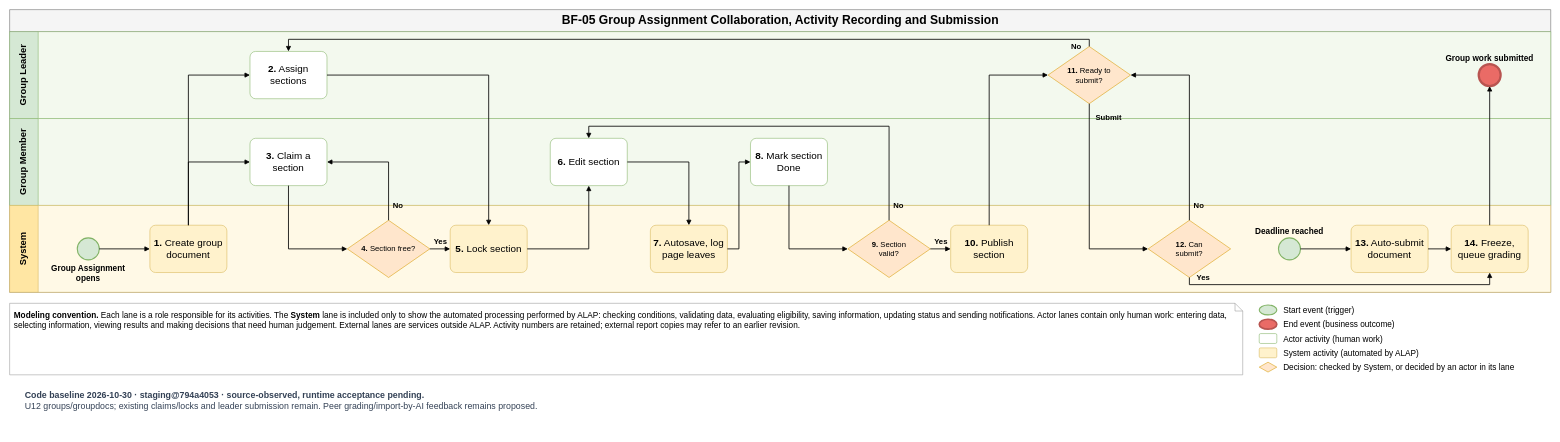
The draw.io diagram aidlc-docs/inception/main-business-flows/BF-05-Group-Assignment-Collaboration-and-Submission.drawio in hygef-v4/AI-Powered-Learning-Platform, before the edit. Source tidied: cells renumbered, new cells numbered last; positions are measured from the earlier drawing's top-left corner, leaving out a move shared by most shapes. Both pictures are drawn from the tidied source at 55%, with x=0, y=0 at pixel (9, 9).
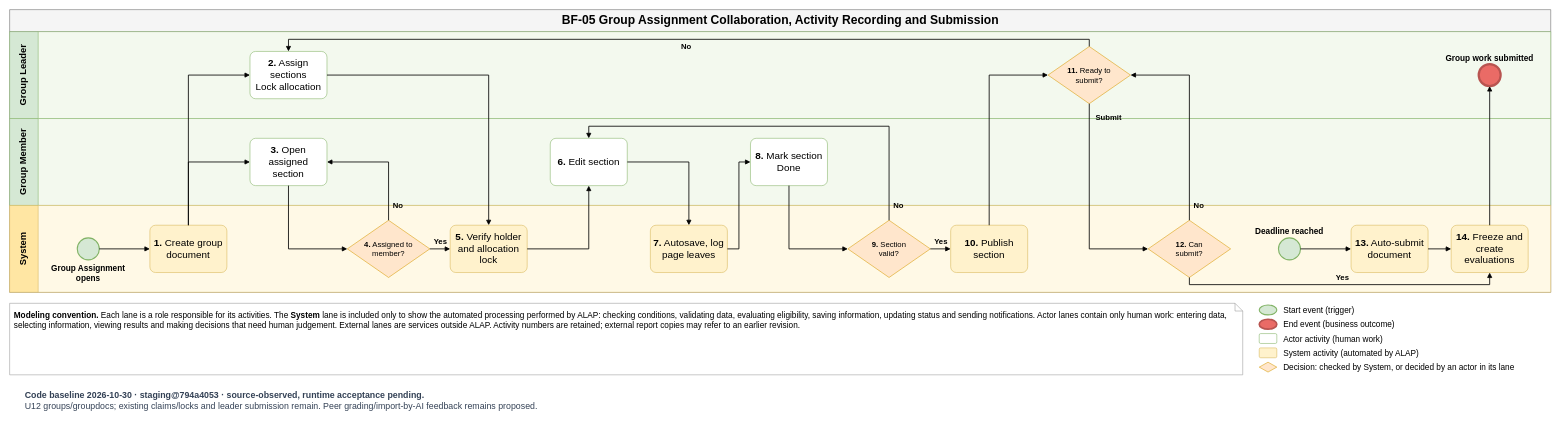
After the change.

Unchanged cells that the change refers to:
```xml
<mxCell id="3" value="Group Leader" style="swimlane;startSize=52;horizontal=0;html=1;whiteSpace=wrap;fillColor=#D5E8D4;swimlaneFillColor=#F3F9EE;strokeColor=#82B366;fontSize=17;fontStyle=1;align=center;verticalAlign=middle;spacing=4;" parent="2" vertex="1">
  <mxGeometry y="40" width="2802" height="158" as="geometry" />
</mxCell>
<mxCell id="4" value="Group Member" style="swimlane;startSize=52;horizontal=0;html=1;whiteSpace=wrap;fillColor=#D5E8D4;swimlaneFillColor=#F3F9EE;strokeColor=#82B366;fontSize=17;fontStyle=1;align=center;verticalAlign=middle;spacing=4;" parent="2" vertex="1">
  <mxGeometry y="198" width="2802" height="158" as="geometry" />
</mxCell>
<mxCell id="5" value="System" style="swimlane;startSize=52;horizontal=0;html=1;whiteSpace=wrap;fillColor=#FFE6A3;swimlaneFillColor=#FFF9E6;strokeColor=#D6B656;fontSize=17;fontStyle=1;align=center;verticalAlign=middle;spacing=4;" parent="2" vertex="1">
  <mxGeometry y="356" width="2802" height="158" as="geometry" />
</mxCell>
<mxCell id="17" value="&lt;b&gt;11.&lt;/b&gt; Ready to submit?" style="rhombus;whiteSpace=wrap;html=1;fillColor=#FFE6CC;strokeColor=#D79B00;fontSize=14;spacing=0;spacingLeft=26;spacingRight=26;" parent="3" vertex="1">
  <mxGeometry x="1888" y="27" width="150" height="104" as="geometry" />
</mxCell>
<mxCell id="18" value="&lt;b&gt;12.&lt;/b&gt; Can submit?" style="rhombus;whiteSpace=wrap;html=1;fillColor=#FFE6CC;strokeColor=#D79B00;fontSize=14;spacing=0;spacingLeft=26;spacingRight=26;" parent="5" vertex="1">
  <mxGeometry x="2070" y="27" width="150" height="104" as="geometry" />
</mxCell>
```

Diff of the diagram source:
```diff
@@
-    <mxCell id="8" value="&lt;b&gt;2.&lt;/b&gt; Assign sections" style="rounded=1;whiteSpace=wrap;html=1;fillColor=#FFFFFF;strokeColor=#82B366;fontSize=18;spacing=4;arcSize=12;" parent="3" vertex="1">
+    <mxCell id="8" value="&lt;b&gt;2.&lt;/b&gt; Assign sections&lt;br&gt;Lock allocation" style="rounded=1;whiteSpace=wrap;html=1;fillColor=#FFFFFF;strokeColor=#82B366;fontSize=18;spacing=4;arcSize=12;" parent="3" vertex="1">
       <mxGeometry x="437" y="36" width="140" height="86" as="geometry" />
     </mxCell>
-    <mxCell id="9" value="&lt;b&gt;3.&lt;/b&gt; Claim a section" style="rounded=1;whiteSpace=wrap;html=1;fillColor=#FFFFFF;strokeColor=#82B366;fontSize=18;spacing=4;arcSize=12;" parent="4" vertex="1">
+    <mxCell id="9" value="&lt;b&gt;3.&lt;/b&gt; Open assigned section" style="rounded=1;whiteSpace=wrap;html=1;fillColor=#FFFFFF;strokeColor=#82B366;fontSize=18;spacing=4;arcSize=12;" parent="4" vertex="1">
       <mxGeometry x="437" y="36" width="140" height="86" as="geometry" />
     </mxCell>
-    <mxCell id="10" value="&lt;b&gt;4.&lt;/b&gt; Section free?" style="rhombus;whiteSpace=wrap;html=1;fillColor=#FFE6CC;strokeColor=#D79B00;fontSize=14;spacing=0;spacingLeft=26;spacingRight=26;" parent="5" vertex="1">
+    <mxCell id="10" value="&lt;b&gt;4.&lt;/b&gt; Assigned to member?" style="rhombus;whiteSpace=wrap;html=1;fillColor=#FFE6CC;strokeColor=#D79B00;fontSize=14;spacing=0;spacingLeft=26;spacingRight=26;" parent="5" vertex="1">
       <mxGeometry x="614" y="27" width="150" height="104" as="geometry" />
     </mxCell>
-    <mxCell id="11" value="&lt;b&gt;5.&lt;/b&gt; Lock section" style="rounded=1;whiteSpace=wrap;html=1;fillColor=#FFF2CC;strokeColor=#D6B656;fontSize=18;spacing=4;arcSize=12;" parent="5" vertex="1">
+    <mxCell id="11" value="&lt;b&gt;5.&lt;/b&gt; Verify holder and allocation lock" style="rounded=1;whiteSpace=wrap;html=1;fillColor=#FFF2CC;strokeColor=#D6B656;fontSize=18;spacing=4;arcSize=12;" parent="5" vertex="1">
       <mxGeometry x="801" y="36" width="140" height="86" as="geometry" />
     </mxCell>
@@
-    <mxCell id="20" value="&lt;b&gt;14.&lt;/b&gt; Freeze, queue grading" style="rounded=1;whiteSpace=wrap;html=1;fillColor=#FFF2CC;strokeColor=#D6B656;fontSize=18;spacing=4;arcSize=12;" parent="5" vertex="1">
+    <mxCell id="20" value="&lt;b&gt;14.&lt;/b&gt; Freeze and create evaluations" style="rounded=1;whiteSpace=wrap;html=1;fillColor=#FFF2CC;strokeColor=#D6B656;fontSize=18;spacing=4;arcSize=12;" parent="5" vertex="1">
       <mxGeometry x="2621" y="36" width="140" height="86" as="geometry" />
     </mxCell>
@@
     <mxCell id="37" value="No" style="edgeStyle=none;rounded=0;html=1;endArrow=block;endFill=1;strokeWidth=1.5;labelBackgroundColor=none;fontSize=14;fontStyle=1;align=center;exitX=0.5;exitY=0;exitDx=0;exitDy=0;entryX=0.5;entryY=0;entryDx=0;entryDy=0;" parent="1" edge="1" source="17" target="8">
-      <mxGeometry x="-0.95" relative="1" as="geometry">
+      <mxGeometry relative="1" as="geometry">
         <Array as="points">
           <mxPoint x="1963" y="54" />
           <mxPoint x="507" y="54" />
         </Array>
         <mxPoint y="13" as="offset" />
       </mxGeometry>
     </mxCell>
@@
     <mxCell id="40" value="Yes" style="edgeStyle=none;rounded=0;html=1;endArrow=block;endFill=1;strokeWidth=1.5;labelBackgroundColor=none;fontSize=14;fontStyle=1;align=center;exitX=0.5;exitY=1;exitDx=0;exitDy=0;entryX=0.5;entryY=1;entryDx=0;entryDy=0;" parent="1" edge="1" source="18" target="20">
-      <mxGeometry x="-0.87" relative="1" as="geometry">
+      <mxGeometry relative="1" as="geometry">
         <Array as="points">
           <mxPoint x="2145" y="500" />
           <mxPoint x="2691" y="500" />
         </Array>
         <mxPoint y="-13" as="offset" />
       </mxGeometry>
     </mxCell>
```
